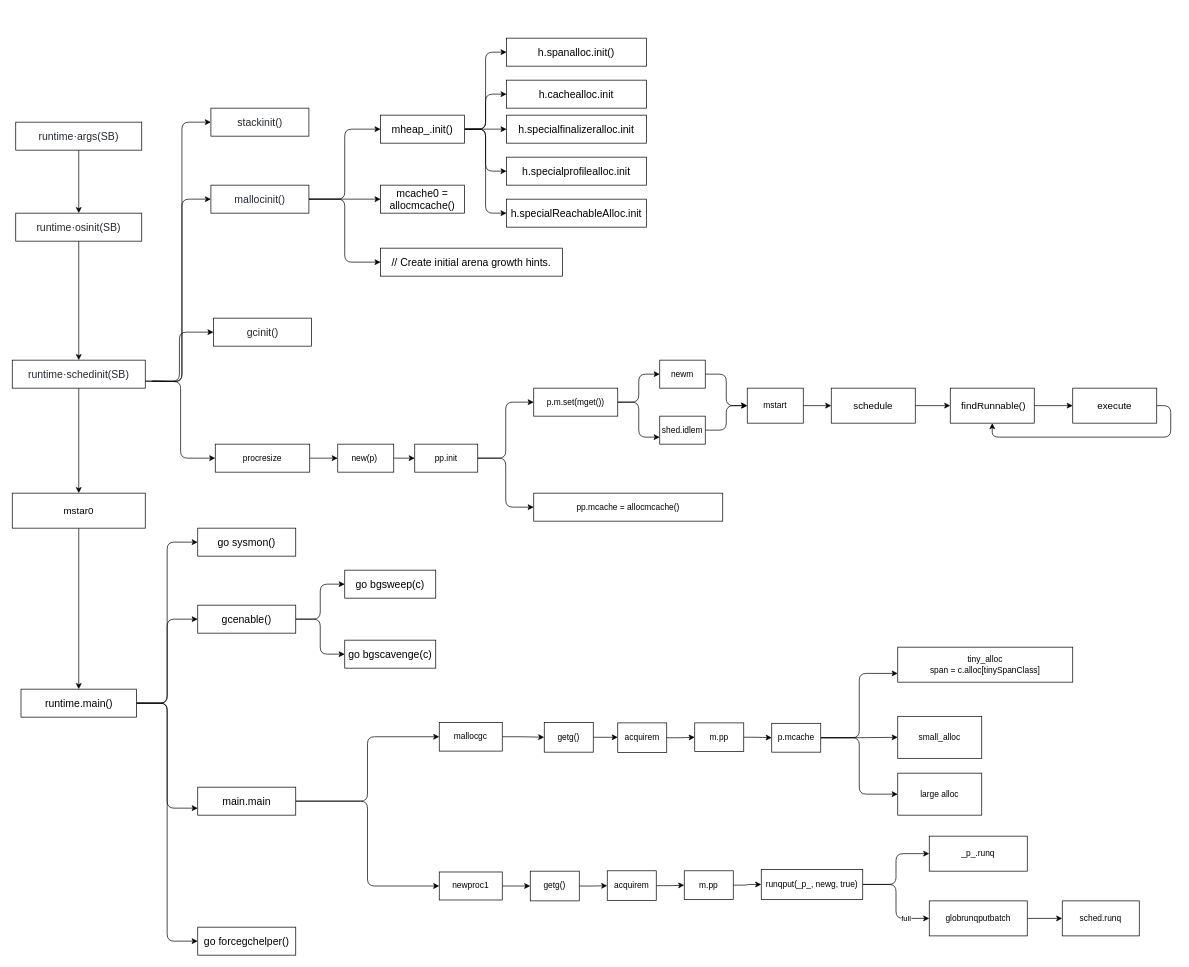
Above: page "bootstrap" (1 of 2) of source/diagrams/Go.drawio in wxquare/wxquare.github.io (draw.io), before the change. Source tidied: cells renumbered, new cells numbered last; positions are measured from the earlier drawing's top-left corner, leaving out a move shared by most shapes. Both pictures are drawn from the tidied source at 70%, with x=0, y=0 at pixel (12, 38).
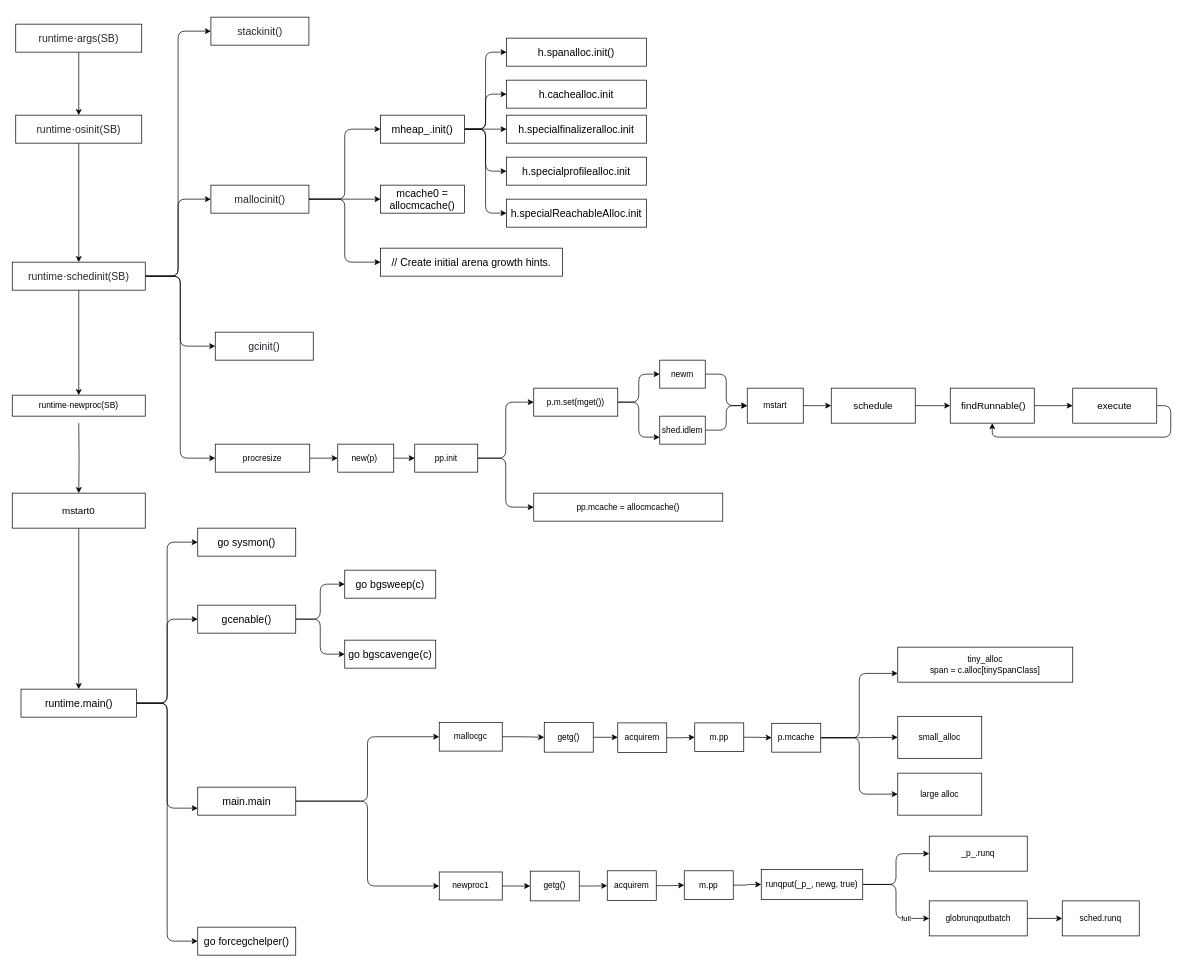
After the change.

The change refers to these unchanged cells:
```xml
<mxCell id="16" value="&lt;div style=&quot;box-sizing: border-box; font-size: 15px; margin-top: 0px; margin-bottom: 0px; overflow-wrap: normal; padding: 16px; overflow: auto; line-height: 1.45; background-color: var(--color-canvas-subtle); border-radius: 6px; word-break: normal; color: rgb(36, 41, 47); text-align: start;&quot;&gt;&lt;div style=&quot;box-sizing: border-box; margin-top: 0px; margin-bottom: 0px; overflow-wrap: normal; padding: 16px; overflow: auto; line-height: 1.45; background-color: var(--color-canvas-subtle); border-radius: 6px; word-break: normal; font-size: 15px;&quot;&gt;mallocinit()&lt;/div&gt;&lt;/div&gt;" style="rounded=0;whiteSpace=wrap;html=1;fontFamily=Helvetica;fontSize=15;" parent="1" vertex="1">
  <mxGeometry x="283.8" y="210" width="140" height="40" as="geometry" />
</mxCell>
<mxCell id="62" value="procresize" style="rounded=0;whiteSpace=wrap;html=1;" parent="1" vertex="1">
  <mxGeometry x="290" y="580" width="135" height="40" as="geometry" />
</mxCell>
```

What changed in the source:
```diff
@@
     <mxCell id="3" value="&lt;div style=&quot;box-sizing: border-box; font-size: 15px; margin-top: 0px; margin-bottom: 0px; overflow-wrap: normal; padding: 16px; overflow: auto; line-height: 1.45; background-color: var(--color-canvas-subtle); border-radius: 6px; word-break: normal; color: rgb(36, 41, 47); text-align: start;&quot;&gt;runtime·&lt;span style=&quot;box-sizing: border-box; font-size: 15px;&quot; class=&quot;pl-s1&quot;&gt;args&lt;/span&gt;(&lt;span style=&quot;box-sizing: border-box; font-size: 15px;&quot; class=&quot;pl-s1&quot;&gt;SB&lt;/span&gt;)&lt;/div&gt;" style="rounded=0;whiteSpace=wrap;html=1;fontFamily=Helvetica;fontSize=15;" parent="1" vertex="1">
-      <mxGeometry x="5" y="120" width="180" height="40" as="geometry" />
+      <mxGeometry x="5" y="-20" width="180" height="40" as="geometry" />
     </mxCell>
@@
     <mxCell id="5" value="&lt;div style=&quot;box-sizing: border-box; font-size: 15px; margin-top: 0px; margin-bottom: 0px; overflow-wrap: normal; padding: 16px; overflow: auto; line-height: 1.45; background-color: var(--color-canvas-subtle); border-radius: 6px; word-break: normal; color: rgb(36, 41, 47); text-align: start;&quot;&gt;runtime·&lt;span style=&quot;box-sizing: border-box; font-size: 15px;&quot; class=&quot;pl-s1&quot;&gt;osinit&lt;/span&gt;(&lt;span style=&quot;box-sizing: border-box; font-size: 15px;&quot; class=&quot;pl-s1&quot;&gt;SB&lt;/span&gt;)&lt;/div&gt;" style="rounded=0;whiteSpace=wrap;html=1;fontFamily=Helvetica;fontSize=15;" parent="1" vertex="1">
-      <mxGeometry x="5" y="250" width="180" height="40" as="geometry" />
+      <mxGeometry x="5" y="110" width="180" height="40" as="geometry" />
     </mxCell>
-    <mxCell id="6" style="edgeStyle=orthogonalEdgeStyle;rounded=1;jettySize=auto;html=1;entryX=0;entryY=0.5;entryDx=0;entryDy=0;fontFamily=Helvetica;fontSize=15;" parent="1" edge="1" target="12">
-      <mxGeometry relative="1" as="geometry">
-        <mxPoint x="200" y="490" as="sourcePoint" />
-      </mxGeometry>
-    </mxCell>
-    <mxCell id="7" style="edgeStyle=orthogonalEdgeStyle;rounded=1;jettySize=auto;html=1;entryX=0;entryY=0.5;entryDx=0;entryDy=0;fontFamily=Helvetica;fontSize=15;" parent="1" edge="1" target="16">
-      <mxGeometry relative="1" as="geometry">
-        <mxPoint x="200" y="490" as="sourcePoint" />
-      </mxGeometry>
-    </mxCell>
+    <mxCell id="10" style="edgeStyle=orthogonalEdgeStyle;rounded=1;jettySize=auto;html=1;exitX=0.5;exitY=1;exitDx=0;exitDy=0;startArrow=none;" parent="1" edge="1" target="94">
+      <mxGeometry relative="1" as="geometry">
+        <mxPoint x="95" y="550" as="sourcePoint" />
+      </mxGeometry>
+    </mxCell>
+    <mxCell id="102" style="edgeStyle=orthogonalEdgeStyle;rounded=1;jettySize=auto;html=1;exitX=1;exitY=0.5;exitDx=0;exitDy=0;entryX=0;entryY=0.5;entryDx=0;entryDy=0;" parent="1" edge="1" source="11" target="62">
+      <mxGeometry relative="1" as="geometry" />
+    </mxCell>
-    <mxCell id="8" style="edgeStyle=orthogonalEdgeStyle;rounded=1;jettySize=auto;html=1;exitX=1;exitY=0.75;exitDx=0;exitDy=0;entryX=0;entryY=0.5;entryDx=0;entryDy=0;fontFamily=Helvetica;fontSize=15;" parent="1" edge="1" source="11" target="17">
+    <mxCell id="8" style="edgeStyle=orthogonalEdgeStyle;rounded=1;jettySize=auto;html=1;exitX=1;exitY=0.5;exitDx=0;exitDy=0;entryX=0;entryY=0.5;entryDx=0;entryDy=0;" parent="1" edge="1" source="11" target="17">
       <mxGeometry relative="1" as="geometry" />
     </mxCell>
-    <mxCell id="9" style="edgeStyle=orthogonalEdgeStyle;rounded=1;jettySize=auto;html=1;exitX=1;exitY=0.5;exitDx=0;exitDy=0;entryX=0;entryY=0.5;entryDx=0;entryDy=0;" parent="1" edge="1" target="62">
-      <mxGeometry relative="1" as="geometry">
-        <mxPoint x="190" y="490" as="sourcePoint" />
-      </mxGeometry>
-    </mxCell>
-    <mxCell id="10" style="edgeStyle=orthogonalEdgeStyle;rounded=1;jettySize=auto;html=1;exitX=0.5;exitY=1;exitDx=0;exitDy=0;" parent="1" edge="1" source="11" target="94">
-      <mxGeometry relative="1" as="geometry" />
-    </mxCell>
+    <mxCell id="103" style="edgeStyle=orthogonalEdgeStyle;rounded=1;jettySize=auto;html=1;exitX=1;exitY=0.5;exitDx=0;exitDy=0;entryX=0;entryY=0.5;entryDx=0;entryDy=0;" parent="1" edge="1" source="11" target="16">
+      <mxGeometry relative="1" as="geometry" />
+    </mxCell>
+    <mxCell id="104" style="edgeStyle=orthogonalEdgeStyle;rounded=1;jettySize=auto;html=1;exitX=1;exitY=0.5;exitDx=0;exitDy=0;entryX=0;entryY=0.5;entryDx=0;entryDy=0;" parent="1" edge="1" source="11" target="12">
+      <mxGeometry relative="1" as="geometry" />
+    </mxCell>
+    <mxCell id="105" style="edgeStyle=orthogonalEdgeStyle;rounded=1;jettySize=auto;html=1;exitX=0.5;exitY=1;exitDx=0;exitDy=0;" parent="1" edge="1" source="11" target="106">
+      <mxGeometry relative="1" as="geometry" />
+    </mxCell>
     <mxCell id="11" value="&lt;div style=&quot;box-sizing: border-box; font-size: 15px; margin-top: 0px; margin-bottom: 0px; overflow-wrap: normal; padding: 16px; overflow: auto; line-height: 1.45; background-color: var(--color-canvas-subtle); border-radius: 6px; word-break: normal; color: rgb(36, 41, 47); text-align: start;&quot;&gt;runtime·&lt;span style=&quot;box-sizing: border-box; font-size: 15px;&quot; class=&quot;pl-s1&quot;&gt;schedinit&lt;/span&gt;(&lt;span style=&quot;box-sizing: border-box; font-size: 15px;&quot; class=&quot;pl-s1&quot;&gt;SB&lt;/span&gt;)&lt;/div&gt;" style="rounded=0;whiteSpace=wrap;html=1;fontFamily=Helvetica;fontSize=15;" parent="1" vertex="1">
-      <mxGeometry y="460" width="190" height="40" as="geometry" />
+      <mxGeometry y="320" width="190" height="40" as="geometry" />
     </mxCell>
     <mxCell id="12" value="&lt;div style=&quot;box-sizing: border-box; font-size: 15px; margin-top: 0px; margin-bottom: 0px; overflow-wrap: normal; padding: 16px; overflow: auto; line-height: 1.45; background-color: var(--color-canvas-subtle); border-radius: 6px; word-break: normal; color: rgb(36, 41, 47); text-align: start;&quot;&gt;stackinit()&lt;/div&gt;" style="rounded=0;whiteSpace=wrap;html=1;fontFamily=Helvetica;fontSize=15;" parent="1" vertex="1">
-      <mxGeometry x="283.8" y="100" width="140" height="40" as="geometry" />
+      <mxGeometry x="283.8" y="-30" width="140" height="40" as="geometry" />
     </mxCell>
@@
     <mxCell id="17" value="&lt;div style=&quot;box-sizing: border-box; font-size: 15px; margin-top: 0px; margin-bottom: 0px; overflow-wrap: normal; padding: 16px; overflow: auto; line-height: 1.45; background-color: var(--color-canvas-subtle); border-radius: 6px; word-break: normal; color: rgb(36, 41, 47); text-align: start;&quot;&gt;&lt;div style=&quot;box-sizing: border-box; margin-top: 0px; margin-bottom: 0px; overflow-wrap: normal; padding: 16px; overflow: auto; line-height: 1.45; background-color: var(--color-canvas-subtle); border-radius: 6px; word-break: normal; font-size: 15px;&quot;&gt;gcinit()&lt;/div&gt;&lt;/div&gt;" style="rounded=0;whiteSpace=wrap;html=1;fontFamily=Helvetica;fontSize=15;" parent="1" vertex="1">
-      <mxGeometry x="287.5" y="400" width="140" height="40" as="geometry" />
+      <mxGeometry x="290" y="420" width="140" height="40" as="geometry" />
     </mxCell>
@@
-    <mxCell id="94" value="&lt;font style=&quot;font-size: 14px;&quot;&gt;mstar0&lt;/font&gt;" style="rounded=0;whiteSpace=wrap;html=1;" parent="1" vertex="1">
+    <mxCell id="94" value="&lt;font style=&quot;font-size: 14px;&quot;&gt;mstart0&lt;/font&gt;" style="rounded=0;whiteSpace=wrap;html=1;" parent="1" vertex="1">
       <mxGeometry y="650" width="190" height="50" as="geometry" />
     </mxCell>
@@
+    <mxCell id="106" value="runtime·newproc(SB)" style="rounded=0;whiteSpace=wrap;html=1;" parent="1" vertex="1">
+      <mxGeometry y="510" width="190" height="30" as="geometry" />
+    </mxCell>
```
